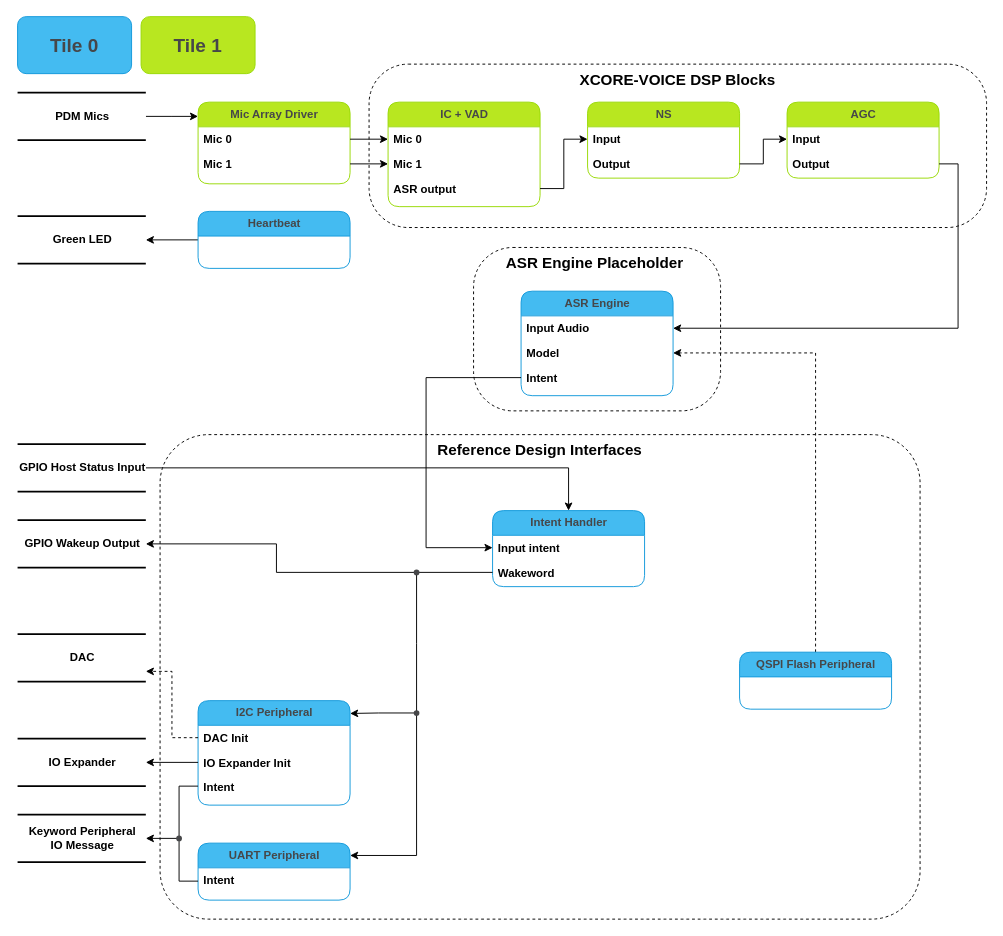
Earlier version of the draw.io diagram doc/programming_guide/ffd/diagrams/ffd_diagram.drawio (xmos/sln_voice). Source tidied: cells renumbered, new cells numbered last; positions are measured from the earlier drawing's top-left corner, leaving out a move shared by most shapes. Both pictures are drawn from the tidied source at 95%, with x=0, y=0 at pixel (17, 16).
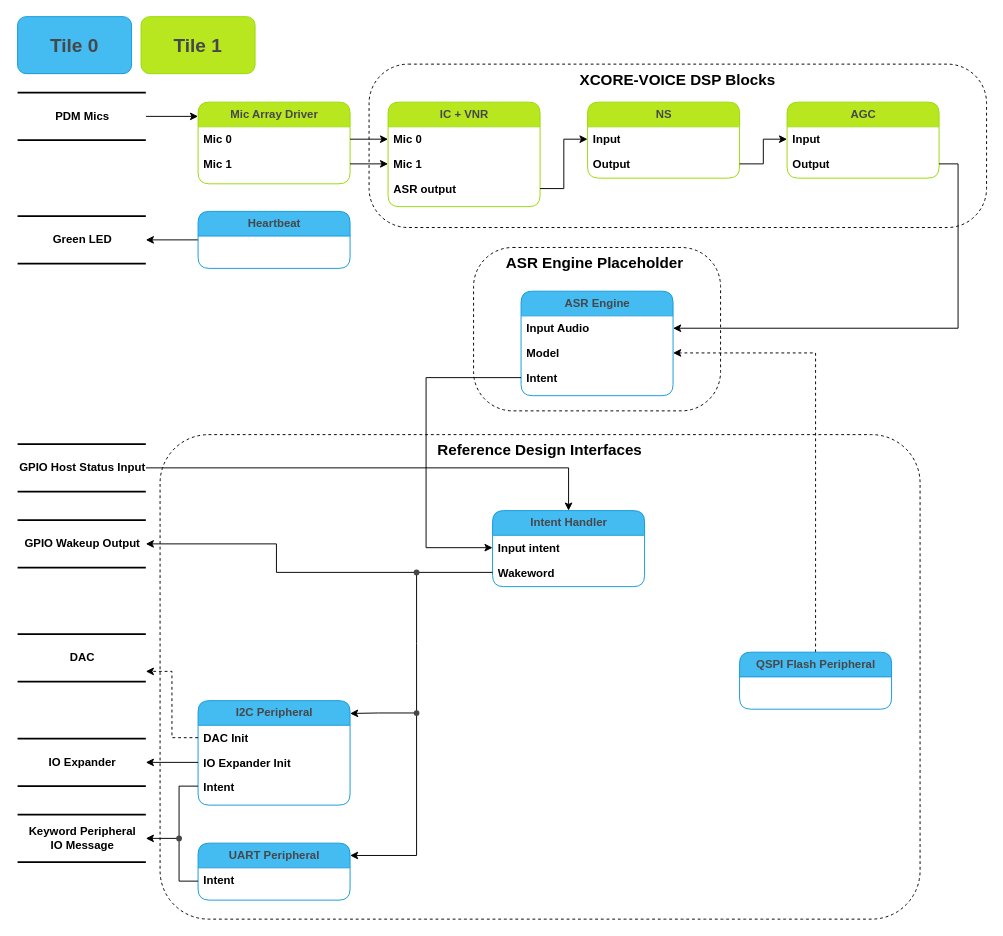
The same diagram, later.

Commit message (it also covers changes not shown here):
changed VAD to VNR in diagrams

Diff of the diagram source:
```diff
@@
-    <mxCell id="5" value="IC + VAD" style="swimlane;html=1;fontStyle=1;horizontal=1;startSize=26;fillColor=#B8E720;swimlaneFillColor=#ffffff;align=center;rounded=1;shadow=0;comic=0;labelBackgroundColor=none;strokeWidth=1;fontFamily=Arial Nova Light;fontSize=12;strokeColor=#99DA07;fontColor=#464749;" parent="1" vertex="1">
+    <mxCell id="5" value="IC + VNR" style="swimlane;html=1;fontStyle=1;horizontal=1;startSize=26;fillColor=#B8E720;swimlaneFillColor=#ffffff;align=center;rounded=1;shadow=0;comic=0;labelBackgroundColor=none;strokeWidth=1;fontFamily=Arial Nova Light;fontSize=12;strokeColor=#99DA07;fontColor=#464749;" parent="1" vertex="1">
       <mxGeometry x="390" y="90" width="160" height="110" as="geometry" />
     </mxCell>
```
